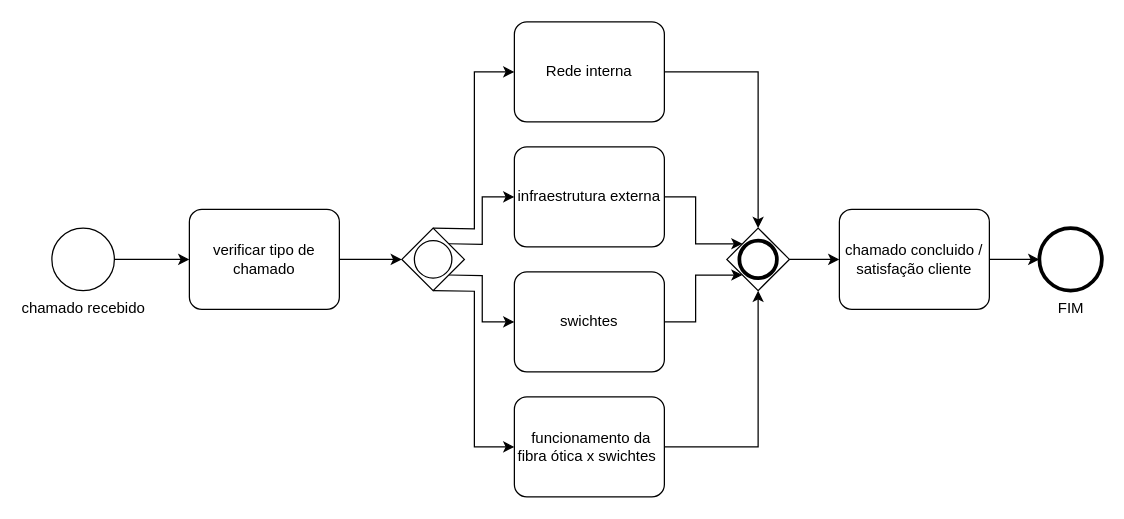
The draw.io diagram BPM2/Arquivos Drawio/processodechamados.drawio in jguimaraesdev/SistemasCorporativos, before the edit. Source tidied: cells renumbered, new cells numbered last; positions are measured from the earlier drawing's top-left corner, leaving out a move shared by most shapes. Both pictures are drawn from the tidied source at 125%, with x=0, y=0 at pixel (51, 21).
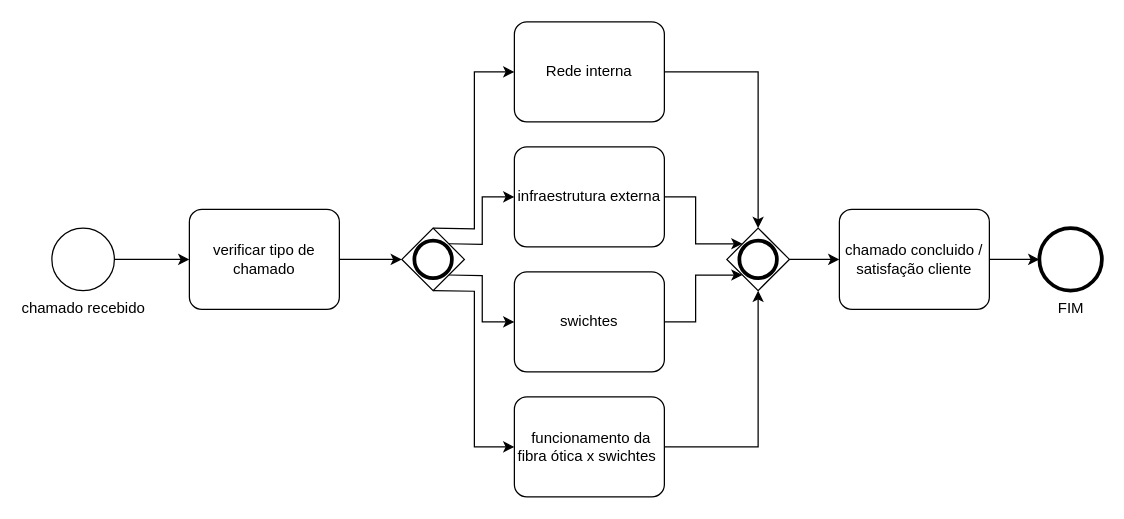
The same page after the edit.

Diff of the diagram source:
```diff
@@
-    <mxCell id="14" style="shape=mxgraph.bpmn.gateway2;html=1;verticalLabelPosition=bottom;labelBackgroundColor=#ffffff;verticalAlign=top;align=center;perimeter=rhombusPerimeter;outline=standard;symbol=general;" parent="1" vertex="1">
-      <mxGeometry x="280" y="165" width="50" height="50" as="geometry" />
-    </mxCell>
@@
+    <mxCell id="24" style="shape=mxgraph.bpmn.gateway2;html=1;verticalLabelPosition=bottom;labelBackgroundColor=#ffffff;verticalAlign=top;align=center;perimeter=rhombusPerimeter;outline=end;symbol=general;" parent="1" vertex="1">
+      <mxGeometry x="280" y="165" width="50" height="50" as="geometry" />
+    </mxCell>
```
